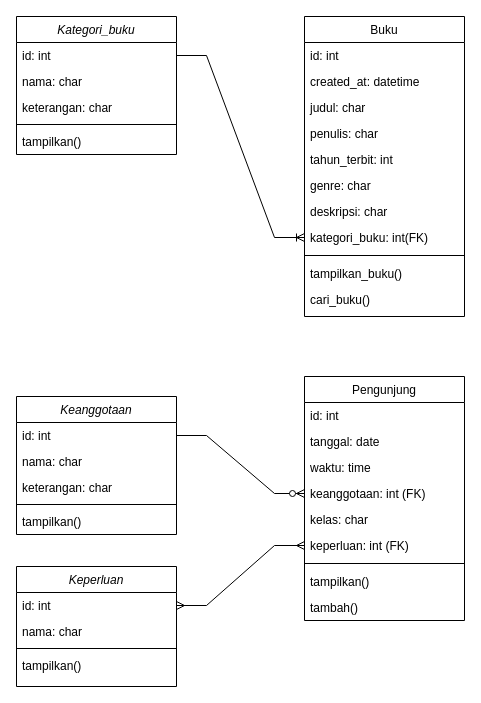
reezyee/perpusDigital keeps this draw.io diagram as class-diagram-perpusdigital.drawio. Above is the earlier version. Source tidied: cells renumbered, new cells numbered last; positions are measured from the earlier drawing's top-left corner, leaving out a move shared by most shapes. Both pictures are drawn from the tidied source at 100%, with x=0, y=0 at pixel (16, 16).
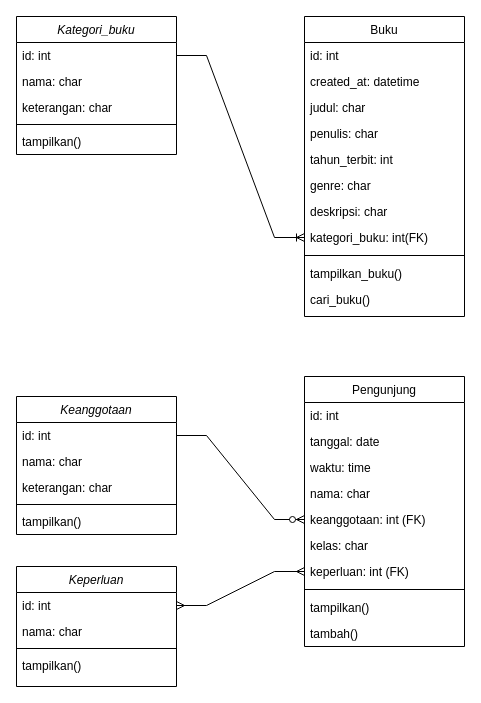
Above is the later version.

Change to the diagram source:
```diff
@@
     <mxCell id="21" value="Pengunjung" style="swimlane;fontStyle=0;align=center;verticalAlign=top;horizontal=1;startSize=26;rounded=0;shadow=0;strokeWidth=1;" parent="1" vertex="1">
-      <mxGeometry x="288" y="360" width="160" height="244" as="geometry" />
+      <mxGeometry x="288" y="360" width="160" height="270" as="geometry" />
     </mxCell>
@@
+    <mxCell id="44" value="nama: char" style="text;align=left;verticalAlign=top;spacingLeft=4;spacingRight=4;overflow=hidden;rounded=0;shadow=0;html=0;" parent="21" vertex="1">
+      <mxGeometry y="104" width="160" height="26" as="geometry" />
+    </mxCell>
     <mxCell id="25" value="keanggotaan: int (FK)" style="text;align=left;verticalAlign=top;spacingLeft=4;spacingRight=4;overflow=hidden;points=[[0,0.5],[1,0.5]];portConstraint=eastwest;rounded=0;shadow=0;html=0;" parent="21" vertex="1">
-      <mxGeometry y="104" width="160" height="26" as="geometry" />
+      <mxGeometry y="130" width="160" height="26" as="geometry" />
     </mxCell>
     <mxCell id="26" value="kelas: char" style="text;align=left;verticalAlign=top;spacingLeft=4;spacingRight=4;overflow=hidden;rounded=0;shadow=0;html=0;" parent="21" vertex="1">
-      <mxGeometry y="130" width="160" height="26" as="geometry" />
+      <mxGeometry y="156" width="160" height="26" as="geometry" />
     </mxCell>
     <mxCell id="27" value="keperluan: int (FK)" style="text;align=left;verticalAlign=top;spacingLeft=4;spacingRight=4;overflow=hidden;points=[[0,0.5],[1,0.5]];portConstraint=eastwest;rounded=0;shadow=0;html=0;" parent="21" vertex="1">
-      <mxGeometry y="156" width="160" height="26" as="geometry" />
+      <mxGeometry y="182" width="160" height="26" as="geometry" />
     </mxCell>
     <mxCell id="28" style="line;html=1;strokeWidth=1;align=left;verticalAlign=middle;spacingTop=-1;spacingLeft=3;spacingRight=3;labelPosition=right;" parent="21" vertex="1">
-      <mxGeometry y="182" width="160" height="10" as="geometry" />
+      <mxGeometry y="208" width="160" height="10" as="geometry" />
     </mxCell>
     <mxCell id="29" value="tampilkan()" style="text;align=left;verticalAlign=top;spacingLeft=4;spacingRight=4;overflow=hidden;" parent="21" vertex="1">
-      <mxGeometry y="192" width="160" height="26" as="geometry" />
+      <mxGeometry y="218" width="160" height="26" as="geometry" />
     </mxCell>
     <mxCell id="30" value="tambah()" style="text;align=left;verticalAlign=top;spacingLeft=4;spacingRight=4;overflow=hidden;" parent="21" vertex="1">
-      <mxGeometry y="218" width="160" height="26" as="geometry" />
+      <mxGeometry y="244" width="160" height="26" as="geometry" />
     </mxCell>
```
